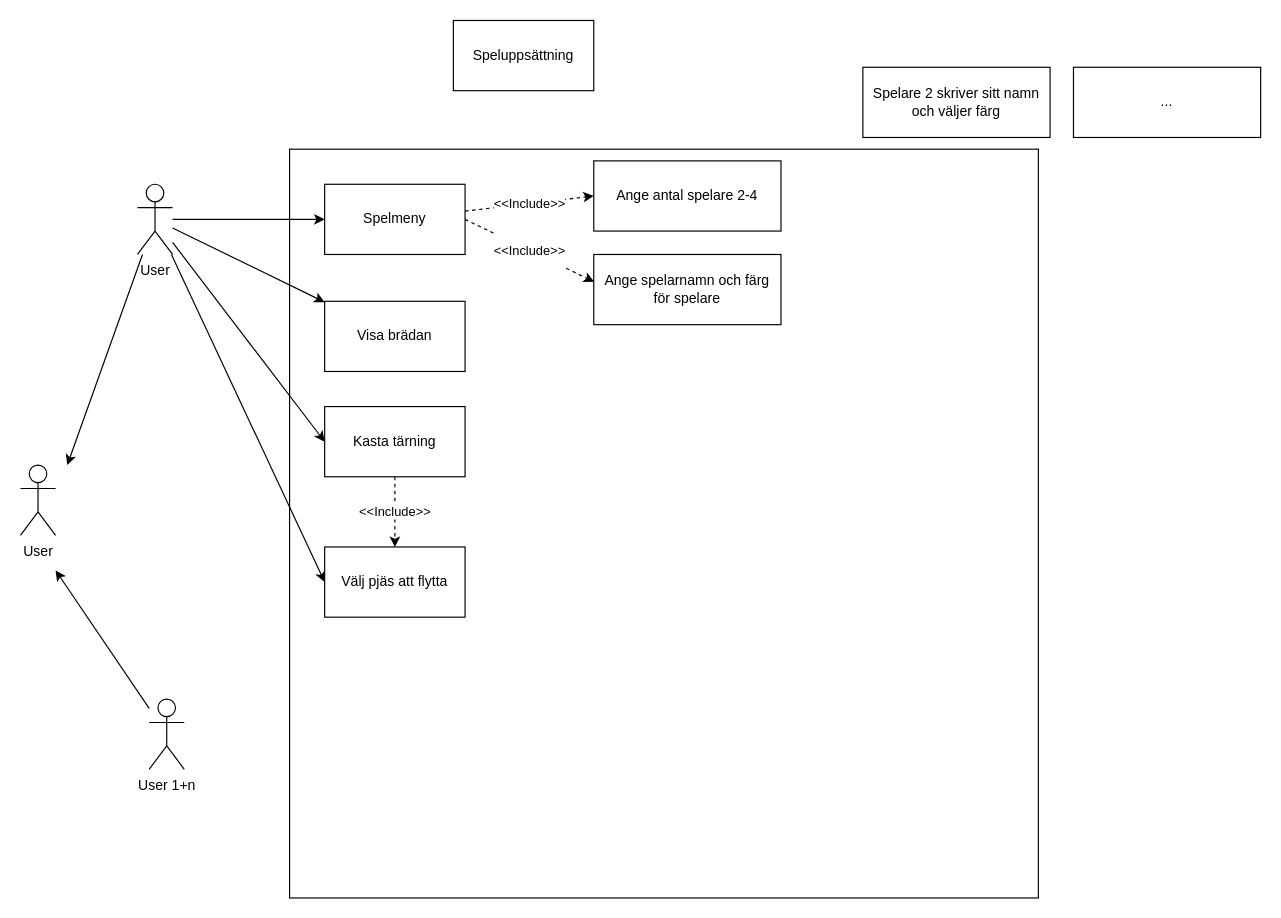
Earlier version of the draw.io diagram Documentation/UseCaseDiagram.drawio (PGVSNH20/ludo-game-ludo1). Source tidied: cells renumbered, new cells numbered last; positions are measured from the earlier drawing's top-left corner, leaving out a move shared by most shapes. Both pictures are drawn from the tidied source at 117%, with x=0, y=0 at pixel (20, 20).
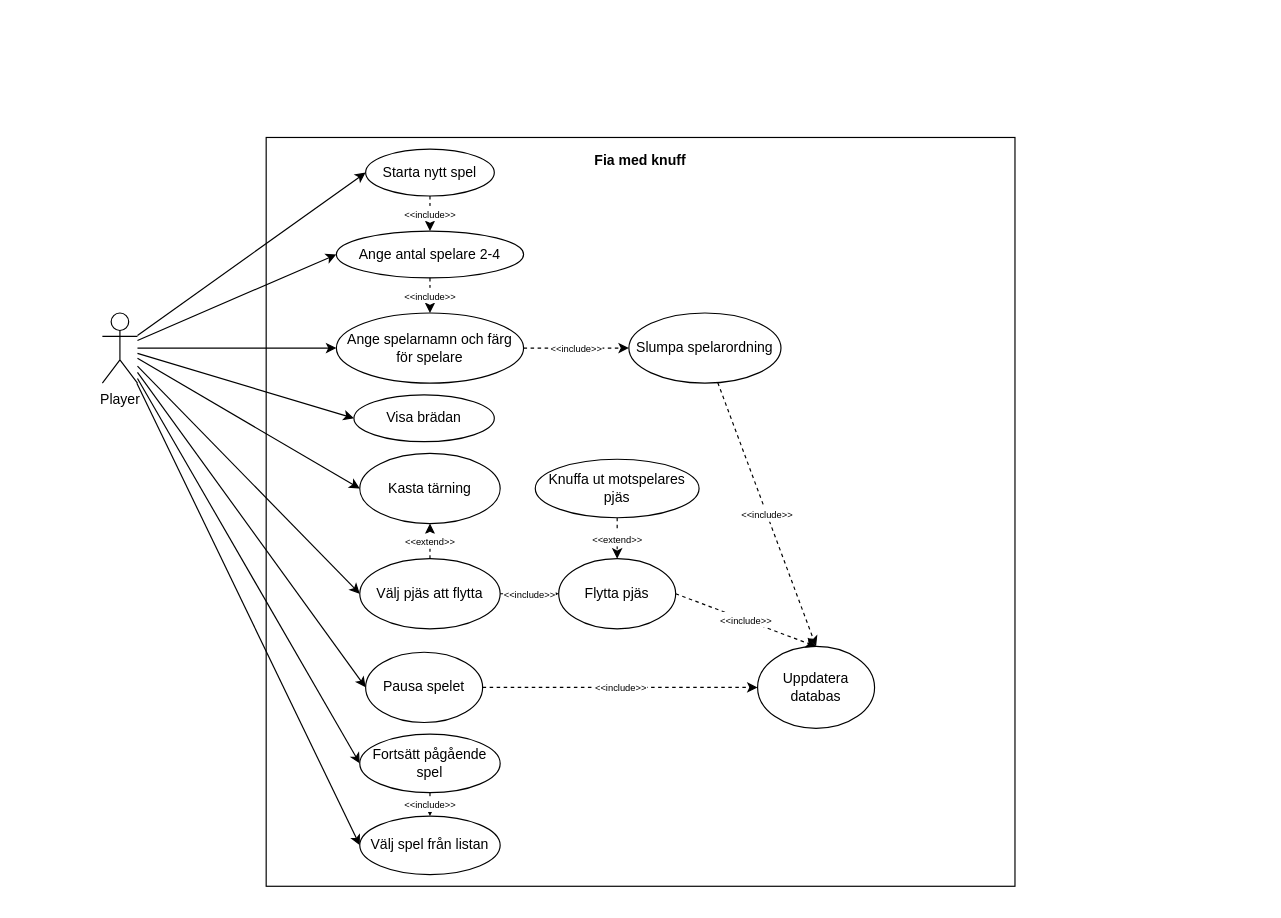
The same diagram, later.

Commit message:
UCD-uppdaterad

Diff of the diagram source:
```diff
@@
     <mxCell id="2" style="whiteSpace=wrap;html=1;" parent="1" vertex="1">
-      <mxGeometry x="230" y="110" width="640" height="640" as="geometry" />
+      <mxGeometry x="210" y="100" width="640" height="640" as="geometry" />
     </mxCell>
@@
-    <mxCell id="5" style="edgeStyle=none;rounded=0;jettySize=auto;html=1;" parent="1" edge="1" source="6">
-      <mxGeometry relative="1" as="geometry">
-        <mxPoint x="40" y="380" as="targetPoint" />
-      </mxGeometry>
-    </mxCell>
+    <mxCell id="24" style="edgeStyle=none;rounded=0;jettySize=auto;html=1;" parent="1" edge="1" source="6" target="11">
+      <mxGeometry relative="1" as="geometry" />
+    </mxCell>
+    <mxCell id="25" style="edgeStyle=none;rounded=0;jettySize=auto;html=1;entryX=0;entryY=0.5;entryDx=0;entryDy=0;" parent="1" edge="1" source="6" target="36">
+      <mxGeometry relative="1" as="geometry" />
+    </mxCell>
+    <mxCell id="26" style="edgeStyle=none;rounded=0;jettySize=auto;html=1;entryX=0;entryY=0.5;entryDx=0;entryDy=0;" parent="1" edge="1" source="6" target="39">
+      <mxGeometry relative="1" as="geometry" />
+    </mxCell>
+    <mxCell id="27" style="edgeStyle=none;rounded=0;jettySize=auto;html=1;entryX=0;entryY=0.5;entryDx=0;entryDy=0;" parent="1" edge="1" source="6" target="41">
+      <mxGeometry relative="1" as="geometry" />
+    </mxCell>
+    <mxCell id="28" style="edgeStyle=none;rounded=0;jettySize=auto;html=1;entryX=0;entryY=0.5;entryDx=0;entryDy=0;" parent="1" edge="1" source="6" target="42">
+      <mxGeometry relative="1" as="geometry" />
+    </mxCell>
-    <mxCell id="6" value="User" style="shape=umlActor;verticalLabelPosition=bottom;verticalAlign=top;html=1;outlineConnect=0;" parent="1" vertex="1">
-      <mxGeometry x="100" y="140" width="30" height="60" as="geometry" />
+    <mxCell id="6" value="Player" style="shape=umlActor;verticalLabelPosition=bottom;verticalAlign=top;html=1;outlineConnect=0;" parent="1" vertex="1">
+      <mxGeometry x="70" y="250" width="30" height="60" as="geometry" />
     </mxCell>
-    <mxCell id="7" style="rounded=0;jettySize=auto;html=1;" parent="1" edge="1" source="6" target="17">
+    <mxCell id="7" style="rounded=0;jettySize=auto;html=1;entryX=0;entryY=0.5;entryDx=0;entryDy=0;" parent="1" edge="1" source="6" target="10">
       <mxGeometry relative="1" as="geometry" />
     </mxCell>
+    <mxCell id="29" value="&lt;font style=&quot;font-size: 8px&quot;&gt;&amp;lt;&amp;lt;extend&amp;gt;&amp;gt;&lt;/font&gt;" style="edgeStyle=none;rounded=0;jettySize=auto;html=1;entryX=0.5;entryY=1;entryDx=0;entryDy=0;dashed=1;" parent="1" edge="1" source="8" target="19">
+      <mxGeometry relative="1" as="geometry" />
+    </mxCell>
-    <mxCell id="8" value="Välj pjäs att flytta" style="rounded=0;whiteSpace=wrap;html=1;" parent="1" vertex="1">
-      <mxGeometry x="260" y="450" width="120" height="60" as="geometry" />
+    <mxCell id="8" value="Välj pjäs att flytta" style="ellipse;whiteSpace=wrap;html=1;" parent="1" vertex="1">
+      <mxGeometry x="290" y="460" width="120" height="60" as="geometry" />
     </mxCell>
-    <mxCell id="9" value="Speluppsättning" style="rounded=0;whiteSpace=wrap;html=1;" parent="1" vertex="1">
-      <mxGeometry x="370" width="120" height="60" as="geometry" />
-    </mxCell>
-    <mxCell id="10" value="Ange antal spelare 2-4" style="rounded=0;whiteSpace=wrap;html=1;" parent="1" vertex="1">
-      <mxGeometry x="490" y="120" width="160" height="60" as="geometry" />
+    <mxCell id="10" value="Ange antal spelare 2-4" style="ellipse;whiteSpace=wrap;html=1;" parent="1" vertex="1">
+      <mxGeometry x="270" y="180" width="160" height="40" as="geometry" />
     </mxCell>
+    <mxCell id="30" value="&lt;span style=&quot;font-size: 8px&quot;&gt;&amp;lt;&amp;lt;include&amp;gt;&amp;gt;&lt;/span&gt;" style="edgeStyle=none;rounded=0;jettySize=auto;html=1;entryX=0;entryY=0.5;entryDx=0;entryDy=0;dashed=1;" parent="1" edge="1" source="11" target="33">
+      <mxGeometry relative="1" as="geometry" />
+    </mxCell>
-    <mxCell id="11" value="Ange spelarnamn och färg för spelare" style="rounded=0;whiteSpace=wrap;html=1;" parent="1" vertex="1">
-      <mxGeometry x="490" y="200" width="160" height="60" as="geometry" />
+    <mxCell id="11" value="Ange spelarnamn och färg för spelare" style="ellipse;whiteSpace=wrap;html=1;" parent="1" vertex="1">
+      <mxGeometry x="270" y="250" width="160" height="60" as="geometry" />
     </mxCell>
-    <mxCell id="12" value="Spelare 2 skriver sitt namn och väljer färg" style="rounded=0;whiteSpace=wrap;html=1;" parent="1" vertex="1">
-      <mxGeometry x="720" y="40" width="160" height="60" as="geometry" />
-    </mxCell>
-    <mxCell id="13" value="..." style="rounded=0;whiteSpace=wrap;html=1;" parent="1" vertex="1">
-      <mxGeometry x="900" y="40" width="160" height="60" as="geometry" />
-    </mxCell>
-    <mxCell id="14" style="rounded=0;jettySize=auto;html=1;" parent="1" edge="1" source="6" target="20">
+    <mxCell id="14" style="rounded=0;jettySize=auto;html=1;entryX=0;entryY=0.5;entryDx=0;entryDy=0;" parent="1" edge="1" source="6" target="20">
       <mxGeometry relative="1" as="geometry" />
     </mxCell>
-    <mxCell id="15" value="&#10;&#10;&lt;span style=&quot;color: rgb(0, 0, 0); font-family: helvetica; font-size: 11px; font-style: normal; font-weight: 400; letter-spacing: normal; text-align: center; text-indent: 0px; text-transform: none; word-spacing: 0px; background-color: rgb(255, 255, 255); display: inline; float: none;&quot;&gt;&amp;lt;&amp;lt;Include&amp;gt;&amp;gt;&lt;/span&gt;&#10;&#10;" style="edgeStyle=none;rounded=0;jettySize=auto;html=1;entryX=0.002;entryY=0.389;entryDx=0;entryDy=0;entryPerimeter=0;exitX=1;exitY=0.5;exitDx=0;exitDy=0;dashed=1;" parent="1" edge="1" source="17" target="11">
+    <mxCell id="15" value="&lt;span style=&quot;font-size: 8px&quot;&gt;&amp;lt;&amp;lt;include&amp;gt;&amp;gt;&lt;/span&gt;" style="edgeStyle=none;rounded=0;jettySize=auto;html=1;entryX=0.5;entryY=0;entryDx=0;entryDy=0;dashed=1;exitX=0.5;exitY=1;exitDx=0;exitDy=0;" parent="1" edge="1" source="10" target="11">
       <mxGeometry relative="1" as="geometry" />
     </mxCell>
-    <mxCell id="16" value="&amp;lt;&amp;lt;Include&amp;gt;&amp;gt;" style="edgeStyle=none;rounded=0;jettySize=auto;html=1;entryX=0;entryY=0.5;entryDx=0;entryDy=0;dashed=1;" parent="1" edge="1" source="17" target="10">
-      <mxGeometry relative="1" as="geometry" />
-    </mxCell>
-    <mxCell id="17" value="Spelmeny" style="rounded=0;whiteSpace=wrap;html=1;" parent="1" vertex="1">
-      <mxGeometry x="260" y="140" width="120" height="60" as="geometry" />
-    </mxCell>
-    <mxCell id="18" value="&amp;lt;&amp;lt;Include&amp;gt;&amp;gt;" style="edgeStyle=orthogonalEdgeStyle;rounded=0;jettySize=auto;html=1;entryX=0.5;entryY=0;entryDx=0;entryDy=0;dashed=1;" parent="1" edge="1" source="19" target="8">
-      <mxGeometry relative="1" as="geometry" />
-    </mxCell>
-    <mxCell id="19" value="Kasta tärning" style="rounded=0;whiteSpace=wrap;html=1;" parent="1" vertex="1">
-      <mxGeometry x="260" y="330" width="120" height="60" as="geometry" />
+    <mxCell id="19" value="Kasta tärning" style="ellipse;whiteSpace=wrap;html=1;" parent="1" vertex="1">
+      <mxGeometry x="290" y="370" width="120" height="60" as="geometry" />
     </mxCell>
-    <mxCell id="20" value="Visa brädan" style="rounded=0;whiteSpace=wrap;html=1;" parent="1" vertex="1">
-      <mxGeometry x="260" y="240" width="120" height="60" as="geometry" />
+    <mxCell id="20" value="Visa brädan" style="ellipse;whiteSpace=wrap;html=1;" parent="1" vertex="1">
+      <mxGeometry x="285" y="320" width="120" height="40" as="geometry" />
     </mxCell>
-    <mxCell id="21" style="edgeStyle=none;rounded=0;jettySize=auto;html=1;" parent="1" edge="1" source="22">
-      <mxGeometry relative="1" as="geometry">
-        <mxPoint x="30" y="470" as="targetPoint" />
-      </mxGeometry>
-    </mxCell>
-    <mxCell id="22" value="User 1+n" style="shape=umlActor;verticalLabelPosition=bottom;verticalAlign=top;html=1;outlineConnect=0;" parent="1" vertex="1">
-      <mxGeometry x="110" y="580" width="30" height="60" as="geometry" />
-    </mxCell>
-    <mxCell id="23" value="User" style="shape=umlActor;verticalLabelPosition=bottom;verticalAlign=top;html=1;" parent="1" vertex="1">
-      <mxGeometry y="380" width="30" height="60" as="geometry" />
-    </mxCell>
+    <mxCell id="31" value="Flytta pjäs" style="ellipse;whiteSpace=wrap;html=1;" parent="1" vertex="1">
+      <mxGeometry x="460" y="460" width="100" height="60" as="geometry" />
+    </mxCell>
+    <mxCell id="32" value="&lt;font style=&quot;font-size: 8px&quot;&gt;&amp;lt;&amp;lt;include&amp;gt;&amp;gt;&lt;/font&gt;" style="edgeStyle=none;rounded=0;jettySize=auto;html=1;entryX=0.5;entryY=0;entryDx=0;entryDy=0;dashed=1;" parent="1" edge="1" source="33" target="37">
+      <mxGeometry relative="1" as="geometry" />
+    </mxCell>
+    <mxCell id="33" value="Slumpa spelarordning" style="ellipse;whiteSpace=wrap;html=1;" parent="1" vertex="1">
+      <mxGeometry x="520" y="250" width="130" height="60" as="geometry" />
+    </mxCell>
+    <mxCell id="34" value="&lt;span style=&quot;font-size: 8px&quot;&gt;&amp;lt;&amp;lt;include&amp;gt;&amp;gt;&lt;/span&gt;" style="edgeStyle=none;rounded=0;jettySize=auto;html=1;dashed=1;exitX=1;exitY=0.5;exitDx=0;exitDy=0;entryX=0;entryY=0.5;entryDx=0;entryDy=0;" parent="1" edge="1" source="8" target="31">
+      <mxGeometry relative="1" as="geometry" />
+    </mxCell>
+    <mxCell id="35" value="&#10;&#10;&lt;span style=&quot;color: rgb(0, 0, 0); font-family: helvetica; font-size: 8px; font-style: normal; font-weight: 400; letter-spacing: normal; text-align: center; text-indent: 0px; text-transform: none; word-spacing: 0px; background-color: rgb(255, 255, 255); display: inline; float: none;&quot;&gt;&amp;lt;&amp;lt;include&amp;gt;&amp;gt;&lt;/span&gt;&#10;&#10;" style="edgeStyle=none;rounded=0;jettySize=auto;html=1;entryX=0;entryY=0.5;entryDx=0;entryDy=0;dashed=1;" parent="1" edge="1" source="36" target="37">
+      <mxGeometry relative="1" as="geometry" />
+    </mxCell>
+    <mxCell id="36" value="Pausa spelet" style="ellipse;whiteSpace=wrap;html=1;" parent="1" vertex="1">
+      <mxGeometry x="295" y="540" width="100" height="60" as="geometry" />
+    </mxCell>
+    <mxCell id="37" value="Uppdatera databas" style="ellipse;whiteSpace=wrap;html=1;" parent="1" vertex="1">
+      <mxGeometry x="630" y="535" width="100" height="70" as="geometry" />
+    </mxCell>
+    <mxCell id="38" value="&lt;font style=&quot;font-size: 8px&quot;&gt;&amp;lt;&amp;lt;include&amp;gt;&amp;gt;&lt;/font&gt;" style="edgeStyle=none;rounded=0;jettySize=auto;html=1;entryX=0.5;entryY=0;entryDx=0;entryDy=0;dashed=1;" parent="1" edge="1" source="39" target="10">
+      <mxGeometry relative="1" as="geometry" />
+    </mxCell>
+    <mxCell id="39" value="Starta nytt spel" style="ellipse;whiteSpace=wrap;html=1;" parent="1" vertex="1">
+      <mxGeometry x="295" y="110" width="110" height="40" as="geometry" />
+    </mxCell>
+    <mxCell id="40" value="&lt;font style=&quot;font-size: 8px&quot;&gt;&amp;lt;&amp;lt;include&amp;gt;&amp;gt;&lt;/font&gt;" style="edgeStyle=none;rounded=0;jettySize=auto;html=1;entryX=0.5;entryY=0;entryDx=0;entryDy=0;dashed=1;" parent="1" edge="1" source="41" target="42">
+      <mxGeometry relative="1" as="geometry" />
+    </mxCell>
+    <mxCell id="41" value="Fortsätt pågående spel" style="ellipse;whiteSpace=wrap;html=1;" parent="1" vertex="1">
+      <mxGeometry x="290" y="610" width="120" height="50" as="geometry" />
+    </mxCell>
+    <mxCell id="42" value="Välj spel från listan" style="ellipse;whiteSpace=wrap;html=1;" parent="1" vertex="1">
+      <mxGeometry x="290" y="680" width="120" height="50" as="geometry" />
+    </mxCell>
+    <mxCell id="43" value="&lt;span style=&quot;color: rgb(0 , 0 , 0) ; font-family: &amp;#34;helvetica&amp;#34; ; font-size: 8px ; font-style: normal ; font-weight: 400 ; letter-spacing: normal ; text-align: center ; text-indent: 0px ; text-transform: none ; word-spacing: 0px ; background-color: rgb(255 , 255 , 255) ; display: inline ; float: none&quot;&gt;&amp;lt;&amp;lt;include&amp;gt;&amp;gt;&lt;/span&gt;" style="edgeStyle=none;rounded=0;jettySize=auto;html=1;entryX=0.5;entryY=0;entryDx=0;entryDy=0;dashed=1;exitX=1;exitY=0.5;exitDx=0;exitDy=0;" parent="1" edge="1" source="31" target="37">
+      <mxGeometry relative="1" as="geometry" />
+    </mxCell>
+    <mxCell id="44" value="&lt;b&gt;Fia med knuff&lt;/b&gt;" style="rounded=0;whiteSpace=wrap;html=1;strokeColor=none;" parent="1" vertex="1">
+      <mxGeometry x="470" y="110" width="120" height="20" as="geometry" />
+    </mxCell>
+    <mxCell id="45" value="&lt;font style=&quot;font-size: 8px&quot;&gt;&amp;lt;&amp;lt;extend&amp;gt;&amp;gt;&lt;/font&gt;" style="edgeStyle=none;rounded=0;jettySize=auto;html=1;entryX=0.5;entryY=0;entryDx=0;entryDy=0;dashed=1;" parent="1" edge="1" source="46" target="31">
+      <mxGeometry relative="1" as="geometry" />
+    </mxCell>
+    <mxCell id="46" value="Knuffa ut motspelares pjäs" style="ellipse;whiteSpace=wrap;html=1;" parent="1" vertex="1">
+      <mxGeometry x="440" y="375" width="140" height="50" as="geometry" />
+    </mxCell>
```
